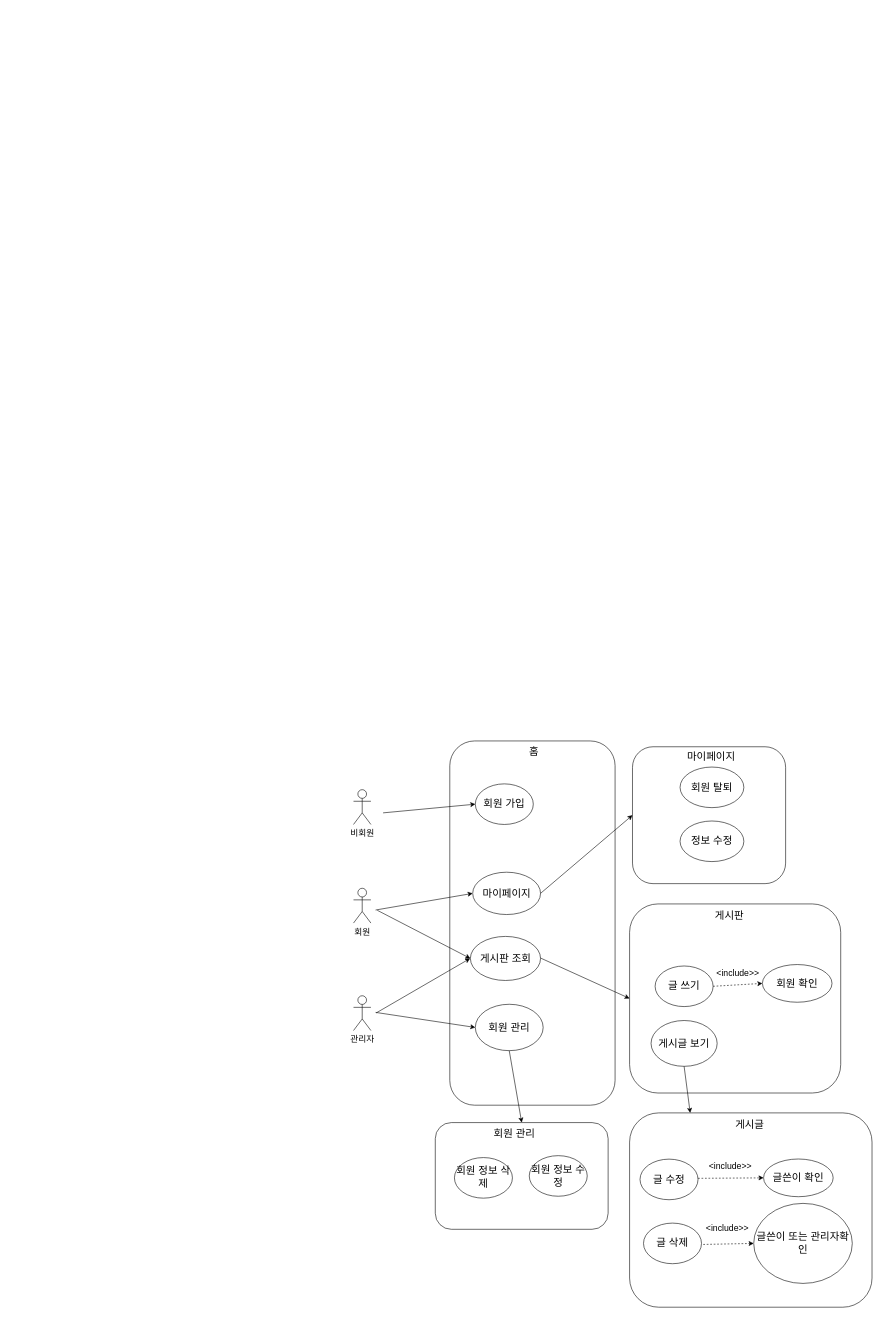
This is uml/usecase_diagram.drawio from ITHwang/second-board-proj, a draw.io file, before an edit. Source tidied: cells renumbered, new cells numbered last; positions are measured from the earlier drawing's top-left corner, leaving out a move shared by most shapes. Both pictures are drawn from the tidied source at 58%, with x=0, y=0 at pixel (353, 741).
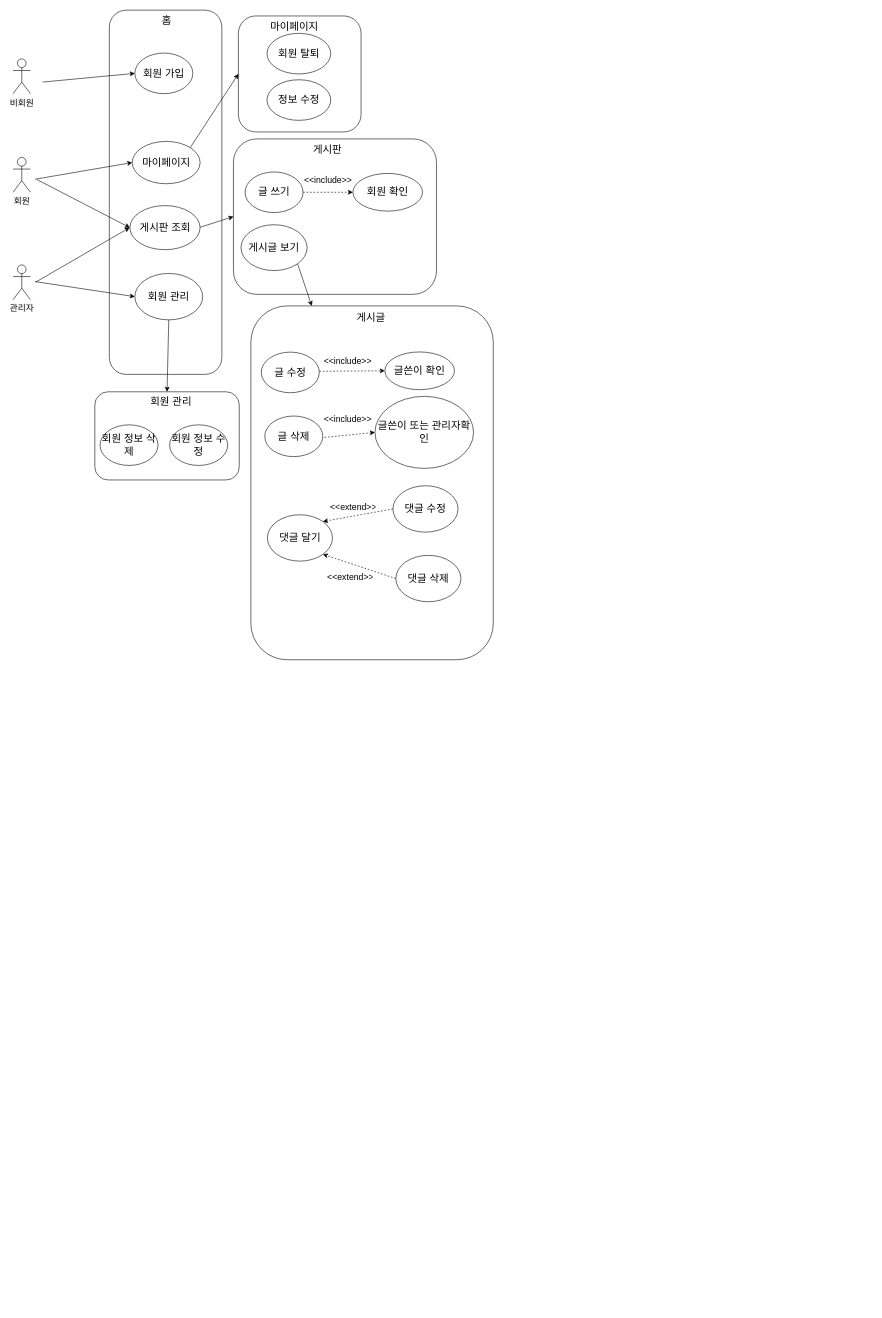
After the change.

Commit message (it also covers changes not shown here):
FIX: usecase diagram in readme

What changed in the source:
```diff
@@
     <mxCell id="2" value="&lt;font style=&quot;font-size: 15px&quot;&gt;비회원&lt;/font&gt;" style="shape=umlActor;verticalLabelPosition=bottom;verticalAlign=top;html=1;" parent="1" vertex="1">
-      <mxGeometry y="84" width="30" height="60" as="geometry" />
+      <mxGeometry x="-587" y="-1176" width="30" height="60" as="geometry" />
     </mxCell>
     <mxCell id="3" value="&lt;font style=&quot;font-size: 15px&quot;&gt;회원&lt;/font&gt;" style="shape=umlActor;verticalLabelPosition=bottom;verticalAlign=top;html=1;" parent="1" vertex="1">
-      <mxGeometry y="254" width="30" height="60" as="geometry" />
+      <mxGeometry x="-587" y="-1006" width="30" height="60" as="geometry" />
     </mxCell>
     <mxCell id="4" value="&lt;font style=&quot;font-size: 15px&quot;&gt;관리자&lt;/font&gt;" style="shape=umlActor;verticalLabelPosition=bottom;verticalAlign=top;html=1;" parent="1" vertex="1">
-      <mxGeometry y="439.3" width="30" height="60" as="geometry" />
+      <mxGeometry x="-587" y="-820.7" width="30" height="60" as="geometry" />
     </mxCell>
-    <mxCell id="5" style="rounded=1;whiteSpace=wrap;html=1;" parent="1" vertex="1">
-      <mxGeometry x="166" width="285" height="628" as="geometry" />
-    </mxCell>
+    <mxCell id="45" style="rounded=1;whiteSpace=wrap;html=1;" parent="1" vertex="1">
+      <mxGeometry x="-421" y="-1260" width="194" height="628" as="geometry" />
+    </mxCell>
     <mxCell id="6" value="홈" style="text;strokeColor=none;fillColor=none;align=left;verticalAlign=top;spacingLeft=4;spacingRight=4;overflow=hidden;fontSize=18;" parent="1" vertex="1">
-      <mxGeometry x="297" width="35" height="40" as="geometry" />
+      <mxGeometry x="-336" y="-1260" width="35" height="40" as="geometry" />
     </mxCell>
-    <mxCell id="7" style="rounded=1;whiteSpace=wrap;html=1;" parent="1" vertex="1">
-      <mxGeometry x="476" y="281" width="364" height="326" as="geometry" />
-    </mxCell>
+    <mxCell id="46" style="rounded=1;whiteSpace=wrap;html=1;" parent="1" vertex="1">
+      <mxGeometry x="-207" y="-1038" width="350" height="268" as="geometry" />
+    </mxCell>
     <mxCell id="8" value="게시판" style="text;strokeColor=none;fillColor=none;align=left;verticalAlign=top;spacingLeft=4;spacingRight=4;overflow=hidden;fontSize=18;" parent="1" vertex="1">
-      <mxGeometry x="617.5" y="283.3" width="65" height="40" as="geometry" />
+      <mxGeometry x="-75.5" y="-1038" width="65" height="40" as="geometry" />
     </mxCell>
-    <mxCell id="9" style="rounded=1;whiteSpace=wrap;html=1;" parent="1" vertex="1">
-      <mxGeometry x="141" y="658" width="298" height="184" as="geometry" />
-    </mxCell>
+    <mxCell id="47" style="rounded=1;whiteSpace=wrap;html=1;" parent="1" vertex="1">
+      <mxGeometry x="-446" y="-602" width="249" height="152" as="geometry" />
+    </mxCell>
     <mxCell id="10" value="회원 관리" style="text;strokeColor=none;fillColor=none;align=left;verticalAlign=top;spacingLeft=4;spacingRight=4;overflow=hidden;fontSize=18;" parent="1" vertex="1">
-      <mxGeometry x="236" y="660" width="96" height="38.7" as="geometry" />
+      <mxGeometry x="-356" y="-602" width="96" height="38.7" as="geometry" />
     </mxCell>
-    <mxCell id="11" style="rounded=1;whiteSpace=wrap;html=1;" parent="1" vertex="1">
-      <mxGeometry x="481" y="10" width="264" height="236" as="geometry" />
-    </mxCell>
+    <mxCell id="48" style="rounded=1;whiteSpace=wrap;html=1;" parent="1" vertex="1">
+      <mxGeometry x="-198.5" y="-1250" width="211.5" height="200" as="geometry" />
+    </mxCell>
     <mxCell id="12" value="마이페이지" style="text;strokeColor=none;fillColor=none;align=left;verticalAlign=top;spacingLeft=4;spacingRight=4;overflow=hidden;fontSize=18;" parent="1" vertex="1">
-      <mxGeometry x="569.5" y="10" width="113" height="38.7" as="geometry" />
+      <mxGeometry x="-149.2" y="-1250" width="113" height="38.7" as="geometry" />
     </mxCell>
-    <mxCell id="13" style="rounded=1;whiteSpace=wrap;html=1;" parent="1" vertex="1">
-      <mxGeometry x="476" y="641.3" width="418" height="335" as="geometry" />
-    </mxCell>
+    <mxCell id="49" style="rounded=1;whiteSpace=wrap;html=1;" parent="1" vertex="1">
+      <mxGeometry x="-177" y="-750.1" width="418" height="610.1" as="geometry" />
+    </mxCell>
     <mxCell id="14" value="회원 가입" style="ellipse;whiteSpace=wrap;html=1;fontSize=18;" parent="1" vertex="1">
-      <mxGeometry x="210" y="74" width="100" height="70" as="geometry" />
+      <mxGeometry x="-377" y="-1186" width="100" height="70" as="geometry" />
     </mxCell>
     <mxCell id="15" value="마이페이지" style="ellipse;whiteSpace=wrap;html=1;fontSize=18;" parent="1" vertex="1">
-      <mxGeometry x="205.5" y="226.3" width="117" height="73" as="geometry" />
+      <mxGeometry x="-381.5" y="-1033.7" width="117" height="73" as="geometry" />
     </mxCell>
     <mxCell id="16" value="회원 관리" style="ellipse;whiteSpace=wrap;html=1;fontSize=18;" parent="1" vertex="1">
-      <mxGeometry x="210" y="454" width="117" height="80" as="geometry" />
+      <mxGeometry x="-377" y="-806" width="117" height="80" as="geometry" />
     </mxCell>
     <mxCell id="17" value="회원 정보 삭제" style="ellipse;whiteSpace=wrap;html=1;fontSize=18;" parent="1" vertex="1">
-      <mxGeometry x="174" y="718.3" width="100" height="70" as="geometry" />
+      <mxGeometry x="-437" y="-545" width="100" height="70" as="geometry" />
     </mxCell>
     <mxCell id="18" value="회원 정보 수정" style="ellipse;whiteSpace=wrap;html=1;fontSize=18;" parent="1" vertex="1">
-      <mxGeometry x="303" y="715" width="100" height="70" as="geometry" />
+      <mxGeometry x="-317" y="-545" width="100" height="70" as="geometry" />
     </mxCell>
     <mxCell id="19" value="게시판 조회" style="ellipse;whiteSpace=wrap;html=1;fontSize=18;" parent="1" vertex="1">
-      <mxGeometry x="201.5" y="337" width="121" height="76" as="geometry" />
+      <mxGeometry x="-385.5" y="-923" width="121" height="76" as="geometry" />
     </mxCell>
     <mxCell id="20" value="회원 탈퇴" style="ellipse;whiteSpace=wrap;html=1;fontSize=18;" parent="1" vertex="1">
-      <mxGeometry x="563" y="45" width="110" height="70" as="geometry" />
+      <mxGeometry x="-149.2" y="-1220" width="110" height="70" as="geometry" />
     </mxCell>
     <mxCell id="21" value="정보 수정" style="ellipse;whiteSpace=wrap;html=1;fontSize=18;" parent="1" vertex="1">
-      <mxGeometry x="563" y="138" width="110" height="70" as="geometry" />
+      <mxGeometry x="-149.2" y="-1140" width="110" height="70" as="geometry" />
     </mxCell>
     <mxCell id="22" value="글 쓰기" style="ellipse;whiteSpace=wrap;html=1;fontSize=18;" parent="1" vertex="1">
-      <mxGeometry x="520" y="388" width="100" height="70" as="geometry" />
+      <mxGeometry x="-187" y="-981" width="100" height="70" as="geometry" />
     </mxCell>
-    <mxCell id="23" style="endArrow=classic;html=1;entryX=0;entryY=0.5;entryDx=0;entryDy=0;" parent="1" edge="1" target="14">
-      <mxGeometry relative="1" as="geometry">
-        <mxPoint x="51" y="124" as="sourcePoint" />
-      </mxGeometry>
-    </mxCell>
-    <mxCell id="24" style="endArrow=classic;html=1;entryX=0;entryY=0.5;entryDx=0;entryDy=0;" parent="1" edge="1" target="15">
-      <mxGeometry relative="1" as="geometry">
-        <mxPoint x="38" y="291.5" as="sourcePoint" />
-      </mxGeometry>
-    </mxCell>
-    <mxCell id="25" style="endArrow=classic;html=1;entryX=0;entryY=0.5;entryDx=0;entryDy=0;" parent="1" edge="1" target="19">
-      <mxGeometry relative="1" as="geometry">
-        <mxPoint x="41" y="292" as="sourcePoint" />
-      </mxGeometry>
-    </mxCell>
-    <mxCell id="26" style="endArrow=classic;html=1;entryX=0;entryY=0.5;entryDx=0;entryDy=0;" parent="1" edge="1" target="16">
-      <mxGeometry relative="1" as="geometry">
-        <mxPoint x="38" y="468" as="sourcePoint" />
-      </mxGeometry>
-    </mxCell>
-    <mxCell id="27" style="endArrow=classic;html=1;" parent="1" edge="1">
-      <mxGeometry relative="1" as="geometry">
-        <mxPoint x="39" y="469" as="sourcePoint" />
-        <mxPoint x="201" y="375" as="targetPoint" />
-      </mxGeometry>
-    </mxCell>
-    <mxCell id="28" style="endArrow=classic;html=1;entryX=0;entryY=0.5;entryDx=0;entryDy=0;" parent="1" edge="1" target="7">
-      <mxGeometry relative="1" as="geometry">
-        <mxPoint x="322.5" y="374.3" as="sourcePoint" />
-      </mxGeometry>
-    </mxCell>
+    <mxCell id="50" style="endArrow=classic;html=1;entryX=0;entryY=0.5;entryDx=0;entryDy=0;" parent="1" edge="1" target="14">
+      <mxGeometry relative="1" as="geometry">
+        <mxPoint x="-536" y="-1136" as="sourcePoint" />
+      </mxGeometry>
+    </mxCell>
+    <mxCell id="51" style="endArrow=classic;html=1;entryX=0;entryY=0.5;entryDx=0;entryDy=0;" parent="1" edge="1" target="15">
+      <mxGeometry relative="1" as="geometry">
+        <mxPoint x="-549" y="-968.5" as="sourcePoint" />
+      </mxGeometry>
+    </mxCell>
+    <mxCell id="52" style="endArrow=classic;html=1;entryX=0;entryY=0.5;entryDx=0;entryDy=0;" parent="1" edge="1" target="19">
+      <mxGeometry relative="1" as="geometry">
+        <mxPoint x="-546" y="-968" as="sourcePoint" />
+      </mxGeometry>
+    </mxCell>
+    <mxCell id="53" style="endArrow=classic;html=1;entryX=0;entryY=0.5;entryDx=0;entryDy=0;" parent="1" edge="1" target="16">
+      <mxGeometry relative="1" as="geometry">
+        <mxPoint x="-549" y="-792" as="sourcePoint" />
+      </mxGeometry>
+    </mxCell>
+    <mxCell id="54" style="endArrow=classic;html=1;" parent="1" edge="1">
+      <mxGeometry relative="1" as="geometry">
+        <mxPoint x="-548" y="-791" as="sourcePoint" />
+        <mxPoint x="-386" y="-885" as="targetPoint" />
+      </mxGeometry>
+    </mxCell>
+    <mxCell id="55" style="endArrow=classic;html=1;entryX=0;entryY=0.5;entryDx=0;entryDy=0;" parent="1" edge="1" target="46">
+      <mxGeometry relative="1" as="geometry">
+        <mxPoint x="-264.5" y="-885.7" as="sourcePoint" />
+      </mxGeometry>
+    </mxCell>
     <mxCell id="29" value="회원 확인" style="ellipse;whiteSpace=wrap;html=1;fontSize=18;" parent="1" vertex="1">
-      <mxGeometry x="705" y="385.5" width="120" height="65" as="geometry" />
+      <mxGeometry x="-1" y="-978.5" width="120" height="65" as="geometry" />
     </mxCell>
@@
-    <mxCell id="31" style="endArrow=classic;html=1;fontSize=18;dashed=1;entryX=0;entryY=0.5;entryDx=0;entryDy=0;" parent="1" edge="1" target="35">
-      <mxGeometry relative="1" as="geometry">
-        <mxPoint x="594" y="754.1" as="sourcePoint" />
-      </mxGeometry>
-    </mxCell>
-    <mxCell id="32" style="endArrow=classic;html=1;fontSize=18;dashed=1;entryX=0;entryY=0.5;entryDx=0;entryDy=0;" parent="1" edge="1" target="44">
-      <mxGeometry relative="1" as="geometry">
-        <mxPoint x="603" y="868.1" as="sourcePoint" />
-      </mxGeometry>
-    </mxCell>
-    <mxCell id="33" value="&lt;include&gt;&gt;" style="text;strokeColor=none;fillColor=none;align=left;verticalAlign=top;spacingLeft=4;spacingRight=4;overflow=hidden;fontSize=15;" parent="1" vertex="1">
-      <mxGeometry x="620" y="385.5" width="88" height="36" as="geometry" />
-    </mxCell>
-    <mxCell id="34" style="endArrow=classic;html=1;entryX=0.5;entryY=0;entryDx=0;entryDy=0;exitX=0.5;exitY=1;exitDx=0;exitDy=0;" parent="1" edge="1" source="16" target="9">
-      <mxGeometry relative="1" as="geometry" />
-    </mxCell>
+    <mxCell id="56" style="endArrow=classic;html=1;fontSize=18;dashed=1;entryX=0;entryY=0.5;entryDx=0;entryDy=0;" parent="1" edge="1" target="35">
+      <mxGeometry relative="1" as="geometry">
+        <mxPoint x="-59" y="-637.4" as="sourcePoint" />
+      </mxGeometry>
+    </mxCell>
+    <mxCell id="57" style="endArrow=classic;html=1;fontSize=18;dashed=1;entryX=0;entryY=0.5;entryDx=0;entryDy=0;" parent="1" edge="1" target="44">
+      <mxGeometry relative="1" as="geometry">
+        <mxPoint x="-50" y="-523.4" as="sourcePoint" />
+      </mxGeometry>
+    </mxCell>
+    <mxCell id="58" value="&lt;&lt;include&gt;&gt;" style="text;strokeColor=none;fillColor=none;align=left;verticalAlign=top;spacingLeft=4;spacingRight=4;overflow=hidden;fontSize=15;" parent="1" vertex="1">
+      <mxGeometry x="-91" y="-982" width="104" height="36" as="geometry" />
+    </mxCell>
+    <mxCell id="59" style="endArrow=classic;html=1;entryX=0.5;entryY=0;entryDx=0;entryDy=0;exitX=0.5;exitY=1;exitDx=0;exitDy=0;" parent="1" edge="1" source="16" target="47">
+      <mxGeometry relative="1" as="geometry" />
+    </mxCell>
     <mxCell id="35" value="글쓴이 확인" style="ellipse;whiteSpace=wrap;html=1;fontSize=18;" parent="1" vertex="1">
-      <mxGeometry x="707" y="720.8" width="120" height="65" as="geometry" />
+      <mxGeometry x="54" y="-670.7" width="120" height="65" as="geometry" />
     </mxCell>
-    <mxCell id="36" value="&lt;include&gt;&gt;" style="text;strokeColor=none;fillColor=none;align=left;verticalAlign=top;spacingLeft=4;spacingRight=4;overflow=hidden;fontSize=15;" parent="1" vertex="1">
-      <mxGeometry x="607" y="718.3" width="88" height="36" as="geometry" />
-    </mxCell>
-    <mxCell id="37" value="&lt;include&gt;&gt;" style="text;strokeColor=none;fillColor=none;align=left;verticalAlign=top;spacingLeft=4;spacingRight=4;overflow=hidden;fontSize=15;" parent="1" vertex="1">
-      <mxGeometry x="602" y="824.3" width="88" height="37" as="geometry" />
-    </mxCell>
+    <mxCell id="60" value="&lt;&lt;include&gt;&gt;" style="text;strokeColor=none;fillColor=none;align=left;verticalAlign=top;spacingLeft=4;spacingRight=4;overflow=hidden;fontSize=15;" parent="1" vertex="1">
+      <mxGeometry x="-57" y="-670" width="99" height="32.9" as="geometry" />
+    </mxCell>
+    <mxCell id="61" value="&lt;&lt;include&gt;&gt;" style="text;strokeColor=none;fillColor=none;align=left;verticalAlign=top;spacingLeft=4;spacingRight=4;overflow=hidden;fontSize=15;" parent="1" vertex="1">
+      <mxGeometry x="-57" y="-570" width="94" height="39.9" as="geometry" />
+    </mxCell>
     <mxCell id="38" value="게시글 보기" style="ellipse;whiteSpace=wrap;html=1;fontSize=18;" parent="1" vertex="1">
-      <mxGeometry x="513" y="482" width="114" height="79" as="geometry" />
+      <mxGeometry x="-194" y="-890" width="114" height="79" as="geometry" />
     </mxCell>
-    <mxCell id="39" style="endArrow=classic;html=1;exitX=1;exitY=0.5;exitDx=0;exitDy=0;entryX=0;entryY=0.5;entryDx=0;entryDy=0;" parent="1" edge="1" source="15" target="11">
-      <mxGeometry relative="1" as="geometry" />
-    </mxCell>
-    <mxCell id="40" style="endArrow=classic;html=1;entryX=0.25;entryY=0;entryDx=0;entryDy=0;exitX=0.5;exitY=1;exitDx=0;exitDy=0;" parent="1" edge="1" source="38" target="13">
-      <mxGeometry relative="1" as="geometry" />
-    </mxCell>
+    <mxCell id="62" style="endArrow=classic;html=1;exitX=1;exitY=0;exitDx=0;exitDy=0;entryX=0;entryY=0.5;entryDx=0;entryDy=0;" parent="1" edge="1" source="15" target="48">
+      <mxGeometry relative="1" as="geometry" />
+    </mxCell>
+    <mxCell id="63" style="endArrow=classic;html=1;exitX=1;exitY=1;exitDx=0;exitDy=0;" parent="1" edge="1" source="38">
+      <mxGeometry relative="1" as="geometry">
+        <mxPoint x="-72" y="-750" as="targetPoint" />
+      </mxGeometry>
+    </mxCell>
     <mxCell id="41" value="글 삭제" style="ellipse;whiteSpace=wrap;html=1;fontSize=18;" parent="1" vertex="1">
-      <mxGeometry x="500" y="831.3" width="100" height="70" as="geometry" />
+      <mxGeometry x="-153" y="-560.2" width="100" height="70" as="geometry" />
     </mxCell>
     <mxCell id="42" value="글 수정" style="ellipse;whiteSpace=wrap;html=1;fontSize=18;" parent="1" vertex="1">
-      <mxGeometry x="494" y="721" width="100" height="70" as="geometry" />
+      <mxGeometry x="-159" y="-670.4" width="100" height="70" as="geometry" />
     </mxCell>
     <mxCell id="43" value="게시글" style="text;strokeColor=none;fillColor=none;align=left;verticalAlign=top;spacingLeft=4;spacingRight=4;overflow=hidden;fontSize=18;" parent="1" vertex="1">
-      <mxGeometry x="652.5" y="643.3" width="65" height="40" as="geometry" />
+      <mxGeometry x="-0.5" y="-748.2" width="65" height="40" as="geometry" />
     </mxCell>
     <mxCell id="44" value="글쓴이 또는 관리자확인" style="ellipse;whiteSpace=wrap;html=1;fontSize=18;" parent="1" vertex="1">
-      <mxGeometry x="690" y="797.3" width="170" height="138" as="geometry" />
+      <mxGeometry x="37" y="-594.1" width="170" height="124.2" as="geometry" />
     </mxCell>
+    <mxCell id="64" value="댓글 달기" style="ellipse;whiteSpace=wrap;html=1;fontSize=18;" parent="1" vertex="1">
+      <mxGeometry x="-148.5" y="-390" width="112.2" height="80" as="geometry" />
+    </mxCell>
+    <mxCell id="65" value="댓글 수정" style="ellipse;whiteSpace=wrap;html=1;fontSize=18;" parent="1" vertex="1">
+      <mxGeometry x="68" y="-440" width="112.2" height="80" as="geometry" />
+    </mxCell>
+    <mxCell id="66" value="댓글 삭제" style="ellipse;whiteSpace=wrap;html=1;fontSize=18;" parent="1" vertex="1">
+      <mxGeometry x="73" y="-320" width="112.2" height="80" as="geometry" />
+    </mxCell>
+    <mxCell id="67" style="endArrow=classic;html=1;fontSize=18;dashed=1;entryX=1;entryY=1;entryDx=0;entryDy=0;exitX=0;exitY=0.5;exitDx=0;exitDy=0;" parent="1" edge="1" source="66" target="64">
+      <mxGeometry relative="1" as="geometry" />
+    </mxCell>
+    <mxCell id="68" style="endArrow=classic;html=1;fontSize=18;dashed=1;entryX=1;entryY=0;entryDx=0;entryDy=0;exitX=0;exitY=0.5;exitDx=0;exitDy=0;" parent="1" edge="1" source="65" target="64">
+      <mxGeometry relative="1" as="geometry" />
+    </mxCell>
+    <mxCell id="69" value="&lt;&lt;extend&gt;&gt;" style="text;strokeColor=none;fillColor=none;align=left;verticalAlign=top;spacingLeft=4;spacingRight=4;overflow=hidden;fontSize=15;" parent="1" vertex="1">
+      <mxGeometry x="-46" y="-418.5" width="88" height="37" as="geometry" />
+    </mxCell>
+    <mxCell id="70" value="&lt;&lt;extend&gt;&gt;" style="text;strokeColor=none;fillColor=none;align=left;verticalAlign=top;spacingLeft=4;spacingRight=4;overflow=hidden;fontSize=15;" parent="1" vertex="1">
+      <mxGeometry x="-51" y="-298.5" width="88" height="37" as="geometry" />
+    </mxCell>
```
